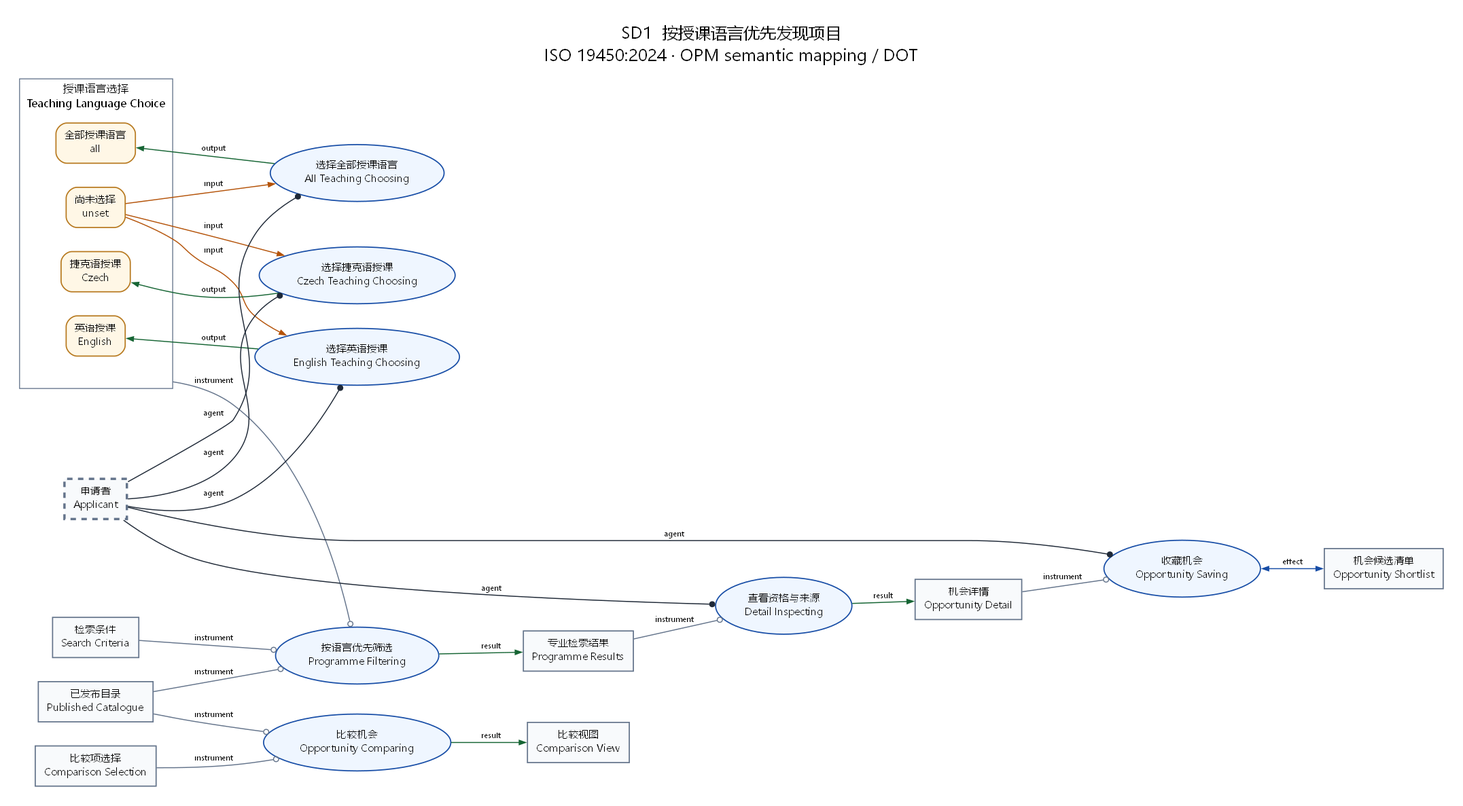
Earlier version of the Graphviz export opm/SD1.png (witold-andelie/Czech-Uni-Application). Its source is kept beside it as opm/SD1.dot. Source of this version:
```dot
digraph SD1 {
  graph [rankdir="LR", compound="true", bgcolor="#FFFFFF", pad="0.3", nodesep="0.38", ranksep="0.65", splines="spline", fontname="Microsoft YaHei", fontsize="18", labelloc="t", label="SD1  按授课语言优先发现项目\nISO 19450:2024 · OPM semantic mapping / DOT"];
  node [fontname="Microsoft YaHei", fontsize="11", margin="0.14,0.10", penwidth="1.3"];
  edge [fontname="Segoe UI", fontsize="9", arrowsize="0.7", penwidth="1.1"];
  subgraph cluster_language {
    graph [label="授课语言选择\nTeaching Language Choice", color="#64748B", style="solid", fontsize="12", opm_kind="object", opm_id="language"];
    language [label="", shape="point", width="0.01", style="invis", opm_kind="object", opm_anchor="true"];
    alllang [label="全部授课语言\nall", shape="box", style="rounded,filled", fillcolor="#FFF7E6", color="#B7791F", opm_kind="state", opm_owner="language"];
    czech [label="捷克语授课\nCzech", shape="box", style="rounded,filled", fillcolor="#FFF7E6", color="#B7791F", opm_kind="state", opm_owner="language"];
    english [label="英语授课\nEnglish", shape="box", style="rounded,filled", fillcolor="#FFF7E6", color="#B7791F", opm_kind="state", opm_owner="language"];
    unset [label="尚未选择\nunset", shape="box", style="rounded,filled", fillcolor="#FFF7E6", color="#B7791F", opm_kind="state", opm_owner="language"];
  }
  catalog [label="已发布目录\nPublished Catalogue", shape="box", style="filled", fillcolor="#F8FAFC", color="#64748B", opm_kind="object"];
  choose_all [label="选择全部授课语言\nAll Teaching Choosing", shape="ellipse", style="filled", fillcolor="#EFF6FF", color="#174DA6", opm_kind="process"];
  choose_cs [label="选择捷克语授课\nCzech Teaching Choosing", shape="ellipse", style="filled", fillcolor="#EFF6FF", color="#174DA6", opm_kind="process"];
  choose_en [label="选择英语授课\nEnglish Teaching Choosing", shape="ellipse", style="filled", fillcolor="#EFF6FF", color="#174DA6", opm_kind="process"];
  compare [label="比较机会\nOpportunity Comparing", shape="ellipse", style="filled", fillcolor="#EFF6FF", color="#174DA6", opm_kind="process"];
  comparison [label="比较视图\nComparison View", shape="box", style="filled", fillcolor="#F8FAFC", color="#64748B", opm_kind="object"];
  detail [label="机会详情\nOpportunity Detail", shape="box", style="filled", fillcolor="#F8FAFC", color="#64748B", opm_kind="object"];
  filter [label="按语言优先筛选\nProgramme Filtering", shape="ellipse", style="filled", fillcolor="#EFF6FF", color="#174DA6", opm_kind="process"];
  inspect [label="查看资格与来源\nDetail Inspecting", shape="ellipse", style="filled", fillcolor="#EFF6FF", color="#174DA6", opm_kind="process"];
  query [label="检索条件\nSearch Criteria", shape="box", style="filled", fillcolor="#F8FAFC", color="#64748B", opm_kind="object"];
  results [label="专业检索结果\nProgramme Results", shape="box", style="filled", fillcolor="#F8FAFC", color="#64748B", opm_kind="object"];
  save [label="收藏机会\nOpportunity Saving", shape="ellipse", style="filled", fillcolor="#EFF6FF", color="#174DA6", opm_kind="process"];
  selection [label="比较项选择\nComparison Selection", shape="box", style="filled", fillcolor="#F8FAFC", color="#64748B", opm_kind="object"];
  shortlist [label="机会候选清单\nOpportunity Shortlist", shape="box", style="filled", fillcolor="#F8FAFC", color="#64748B", opm_kind="object"];
  user [label="申请者\nApplicant", shape="box", style="dashed,filled", fillcolor="#F8FAFC", color="#64748B", opm_kind="object", penwidth="2.6"];
  user -> choose_en [arrowhead="dot", color="#1F2937", label="agent", opm_relation="agent"];
  choose_en -> english [arrowhead="normal", color="#166534", label="output", opm_relation="output"];
  unset -> choose_en [arrowhead="normal", color="#B45309", label="input", opm_relation="input"];
  user -> choose_cs [arrowhead="dot", color="#1F2937", label="agent", opm_relation="agent"];
  choose_cs -> czech [arrowhead="normal", color="#166534", label="output", opm_relation="output"];
  unset -> choose_cs [arrowhead="normal", color="#B45309", label="input", opm_relation="input"];
  user -> choose_all [arrowhead="dot", color="#1F2937", label="agent", opm_relation="agent"];
  choose_all -> alllang [arrowhead="normal", color="#166534", label="output", opm_relation="output"];
  unset -> choose_all [arrowhead="normal", color="#B45309", label="input", opm_relation="input"];
  language -> filter [arrowhead="odot", color="#64748B", label="instrument", opm_relation="instrument", ltail="cluster_language"];
  query -> filter [arrowhead="odot", color="#64748B", label="instrument", opm_relation="instrument"];
  catalog -> filter [arrowhead="odot", color="#64748B", label="instrument", opm_relation="instrument"];
  filter -> results [arrowhead="normal", color="#166534", label="result", opm_relation="result"];
  results -> inspect [arrowhead="odot", color="#64748B", label="instrument", opm_relation="instrument"];
  user -> inspect [arrowhead="dot", color="#1F2937", label="agent", opm_relation="agent"];
  inspect -> detail [arrowhead="normal", color="#166534", label="result", opm_relation="result"];
  detail -> save [arrowhead="odot", color="#64748B", label="instrument", opm_relation="instrument"];
  user -> save [arrowhead="dot", color="#1F2937", label="agent", opm_relation="agent"];
  save -> shortlist [dir="both", arrowhead="normal", arrowtail="normal", color="#174DA6", label="effect", opm_relation="effect"];
  selection -> compare [arrowhead="odot", color="#64748B", label="instrument", opm_relation="instrument"];
  catalog -> compare [arrowhead="odot", color="#64748B", label="instrument", opm_relation="instrument"];
  compare -> comparison [arrowhead="normal", color="#166534", label="result", opm_relation="result"];
}
```
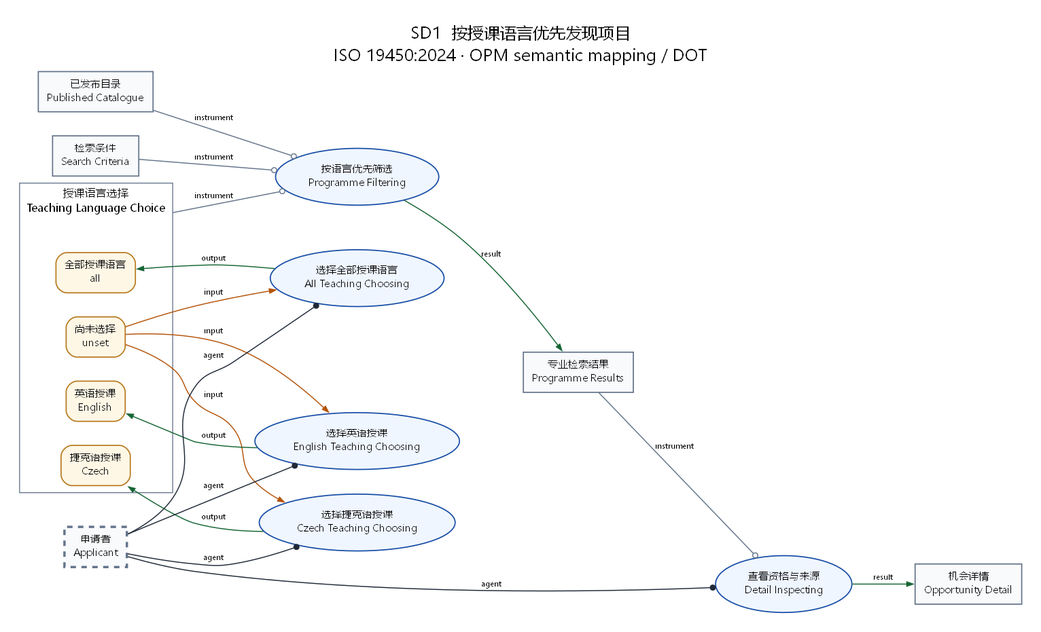
Above is the later version.

What changed in the source:
```diff
@@ -14,16 +14,11 @@
   choose_all [label="选择全部授课语言\nAll Teaching Choosing", shape="ellipse", style="filled", fillcolor="#EFF6FF", color="#174DA6", opm_kind="process"];
   choose_cs [label="选择捷克语授课\nCzech Teaching Choosing", shape="ellipse", style="filled", fillcolor="#EFF6FF", color="#174DA6", opm_kind="process"];
   choose_en [label="选择英语授课\nEnglish Teaching Choosing", shape="ellipse", style="filled", fillcolor="#EFF6FF", color="#174DA6", opm_kind="process"];
-  compare [label="比较机会\nOpportunity Comparing", shape="ellipse", style="filled", fillcolor="#EFF6FF", color="#174DA6", opm_kind="process"];
-  comparison [label="比较视图\nComparison View", shape="box", style="filled", fillcolor="#F8FAFC", color="#64748B", opm_kind="object"];
   detail [label="机会详情\nOpportunity Detail", shape="box", style="filled", fillcolor="#F8FAFC", color="#64748B", opm_kind="object"];
   filter [label="按语言优先筛选\nProgramme Filtering", shape="ellipse", style="filled", fillcolor="#EFF6FF", color="#174DA6", opm_kind="process"];
   inspect [label="查看资格与来源\nDetail Inspecting", shape="ellipse", style="filled", fillcolor="#EFF6FF", color="#174DA6", opm_kind="process"];
   query [label="检索条件\nSearch Criteria", shape="box", style="filled", fillcolor="#F8FAFC", color="#64748B", opm_kind="object"];
   results [label="专业检索结果\nProgramme Results", shape="box", style="filled", fillcolor="#F8FAFC", color="#64748B", opm_kind="object"];
-  save [label="收藏机会\nOpportunity Saving", shape="ellipse", style="filled", fillcolor="#EFF6FF", color="#174DA6", opm_kind="process"];
-  selection [label="比较项选择\nComparison Selection", shape="box", style="filled", fillcolor="#F8FAFC", color="#64748B", opm_kind="object"];
-  shortlist [label="机会候选清单\nOpportunity Shortlist", shape="box", style="filled", fillcolor="#F8FAFC", color="#64748B", opm_kind="object"];
   user [label="申请者\nApplicant", shape="box", style="dashed,filled", fillcolor="#F8FAFC", color="#64748B", opm_kind="object", penwidth="2.6"];
   user -> choose_en [arrowhead="dot", color="#1F2937", label="agent", opm_relation="agent"];
   choose_en -> english [arrowhead="normal", color="#166534", label="output", opm_relation="output"];
@@ -41,10 +36,4 @@
   results -> inspect [arrowhead="odot", color="#64748B", label="instrument", opm_relation="instrument"];
   user -> inspect [arrowhead="dot", color="#1F2937", label="agent", opm_relation="agent"];
   inspect -> detail [arrowhead="normal", color="#166534", label="result", opm_relation="result"];
-  detail -> save [arrowhead="odot", color="#64748B", label="instrument", opm_relation="instrument"];
-  user -> save [arrowhead="dot", color="#1F2937", label="agent", opm_relation="agent"];
-  save -> shortlist [dir="both", arrowhead="normal", arrowtail="normal", color="#174DA6", label="effect", opm_relation="effect"];
-  selection -> compare [arrowhead="odot", color="#64748B", label="instrument", opm_relation="instrument"];
-  catalog -> compare [arrowhead="odot", color="#64748B", label="instrument", opm_relation="instrument"];
-  compare -> comparison [arrowhead="normal", color="#166534", label="result", opm_relation="result"];
 }
```
